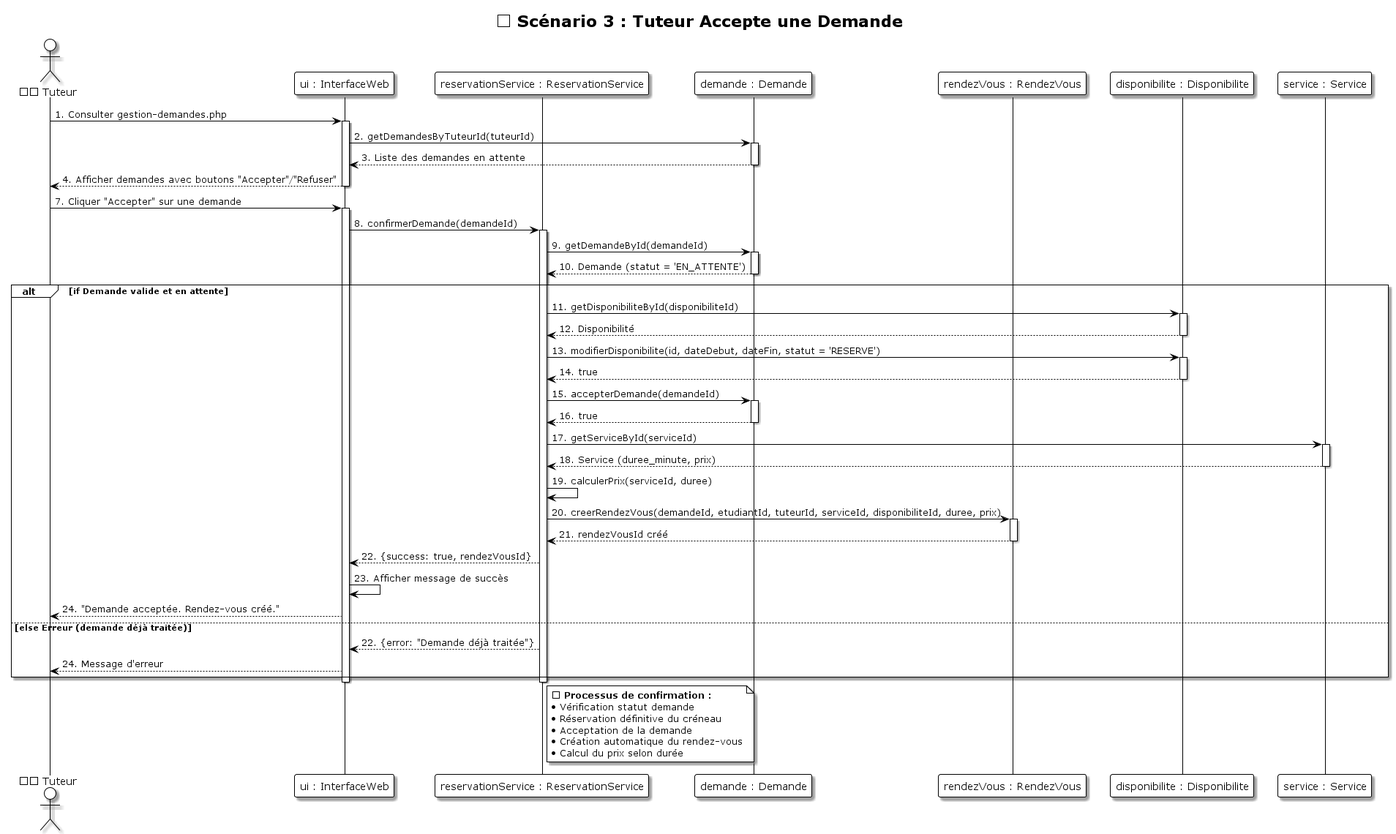
LLAbdul/LLAbdul-projet-tutoplus keeps this PlantUML diagram as UML/diagrammes_sequence/Sequence_03_Tuteur_Accepte_Demande.png. Above is the earlier version.
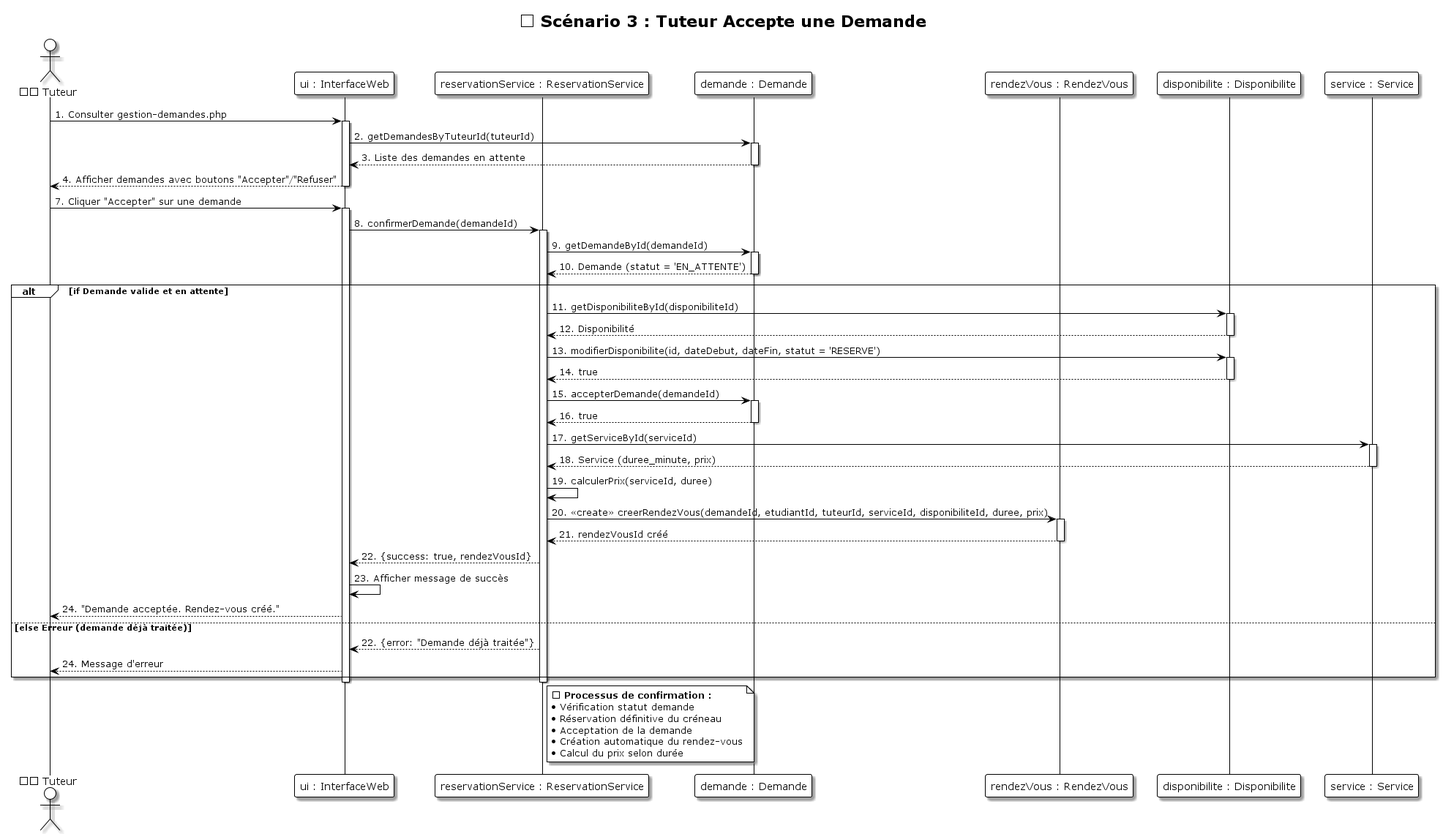
The same file after the commit.

What changed in the source:
```diff
@@ -55,7 +55,7 @@
 
     ReservationService -> ReservationService: 19. calculerPrix(serviceId, duree)
 
-    ReservationService -> RendezVous: 20. creerRendezVous(demandeId, etudiantId, tuteurId, serviceId, disponibiliteId, duree, prix)
+    ReservationService -> RendezVous: 20. <<create>> creerRendezVous(demandeId, etudiantId, tuteurId, serviceId, disponibiliteId, duree, prix)
     activate RendezVous
     RendezVous --> ReservationService: 21. rendezVousId créé
     deactivate RendezVous
```
